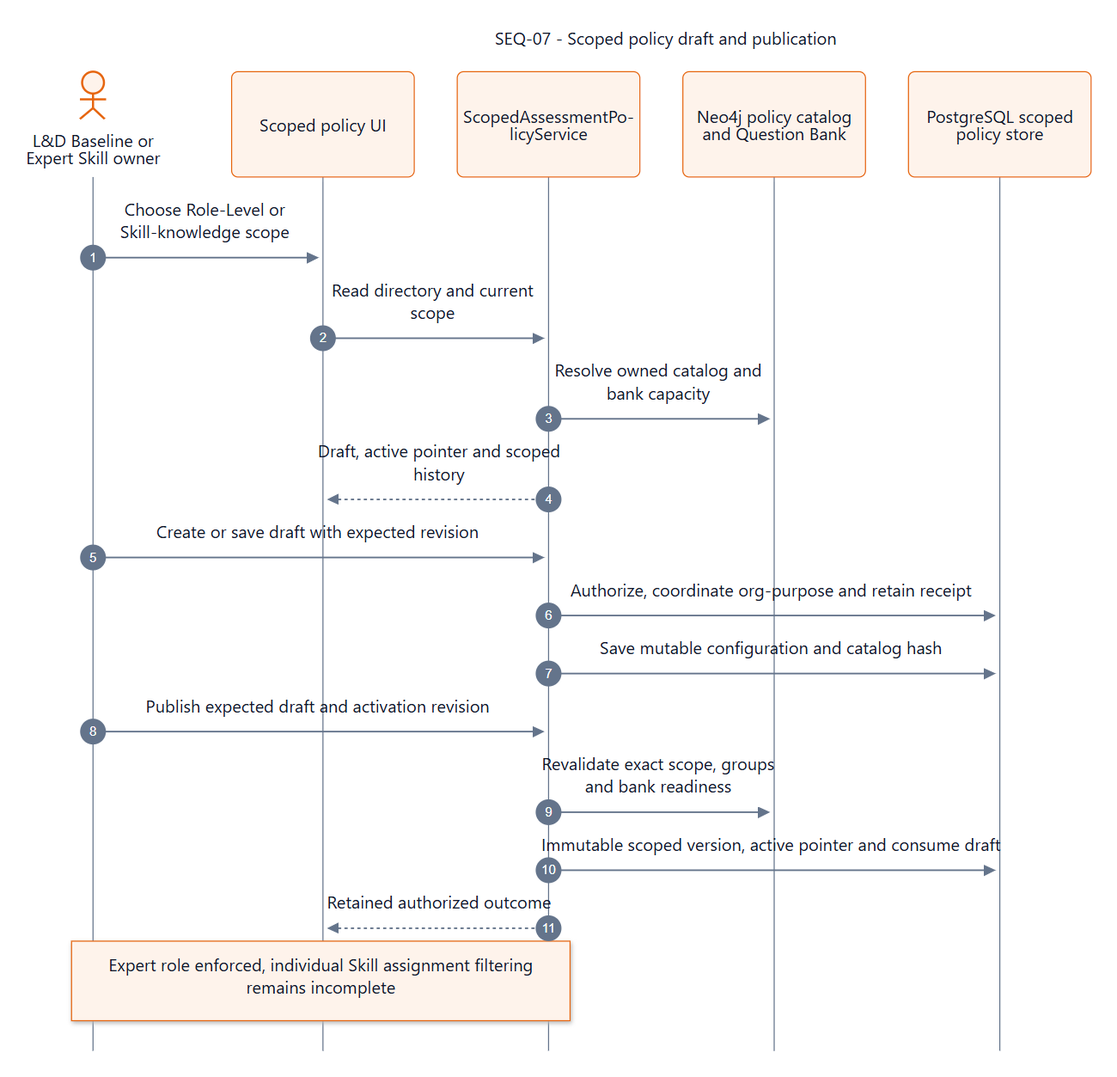
Above: documents/diagrams/mermaid/seq-07.png in SEP490-Fall-2026-GFA26SE64/SEP490 (Mermaid), before the change. Its source is kept beside it as documents/diagrams/mermaid/seq-07.mmd.
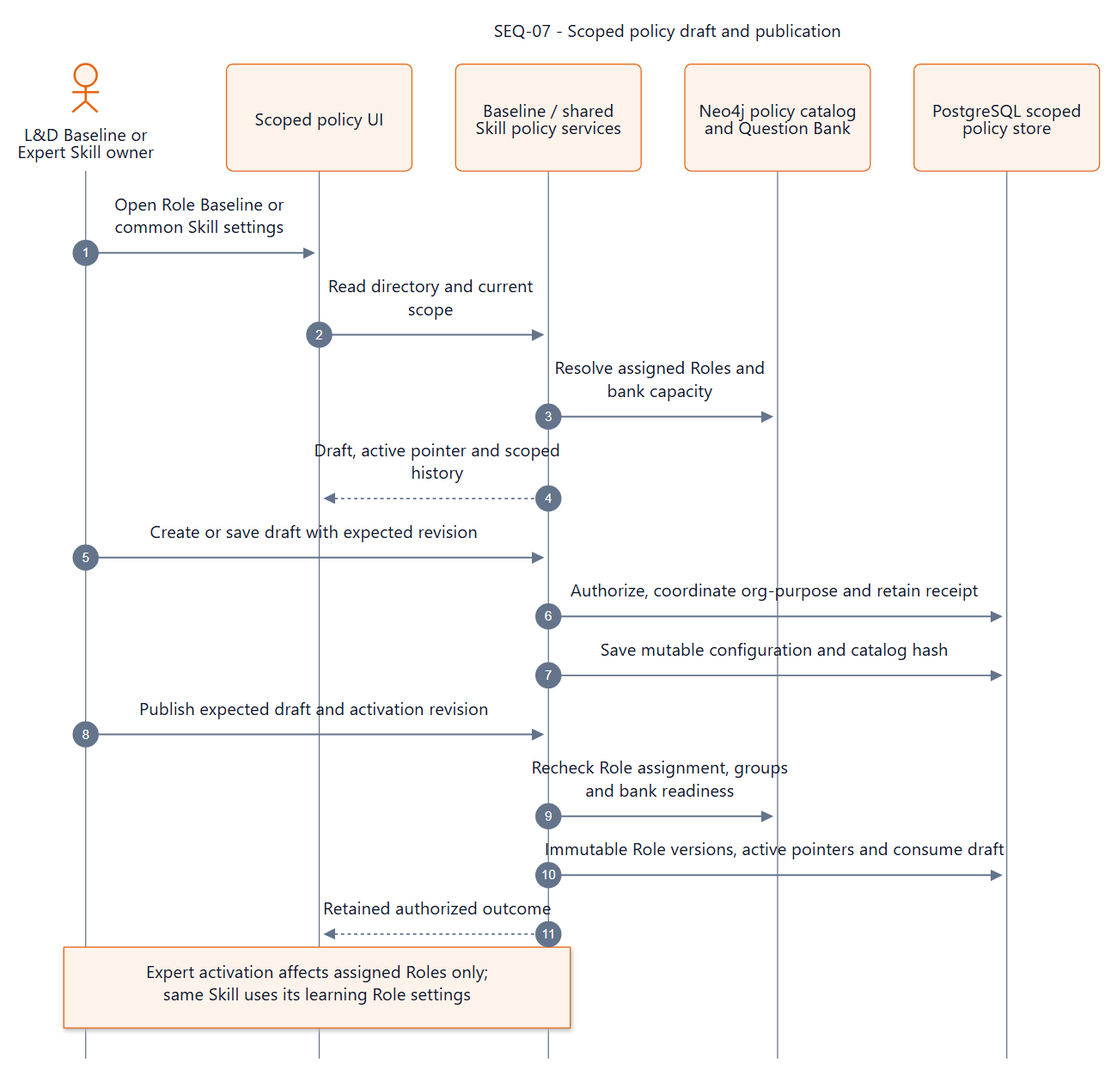
The same file after the commit.

The edit, as a diff of the source:
```diff
@@ -7,18 +7,18 @@
   autonumber
   actor Owner as L&D Baseline or Expert Skill owner
   participant UI as Scoped policy UI
-  participant Service as ScopedAssessmentPolicyService
+  participant Service as Baseline and shared Skill policy services
   participant Catalog as Neo4j policy catalog and Question Bank
   participant PG as PostgreSQL scoped policy store
-  Owner->>UI: Choose Role-Level or Skill-knowledge scope
+  Owner->>UI: Open Role Baseline or common Skill settings
   UI->>Service: Read directory and current scope
-  Service->>Catalog: Resolve owned catalog and bank capacity
+  Service->>Catalog: Resolve assigned Roles and bank capacity
   Service-->>UI: Draft, active pointer and scoped history
   Owner->>Service: Create or save draft with expected revision
   Service->>PG: Authorize, coordinate org-purpose and retain receipt
   Service->>PG: Save mutable configuration and catalog hash
   Owner->>Service: Publish expected draft and activation revision
-  Service->>Catalog: Revalidate exact scope, groups and bank readiness
-  Service->>PG: Immutable scoped version, active pointer and consume draft
+  Service->>Catalog: Recheck Role assignment, groups and bank readiness
+  Service->>PG: Immutable Role versions, active pointers and consume draft
   Service-->>UI: Retained authorized outcome
-  Note over Owner,Service: Expert role enforced, individual Skill assignment filtering remains incomplete
+  Note over Owner,Service: Expert activation affects assigned Roles only; same Skill uses its learning Role settings
```
